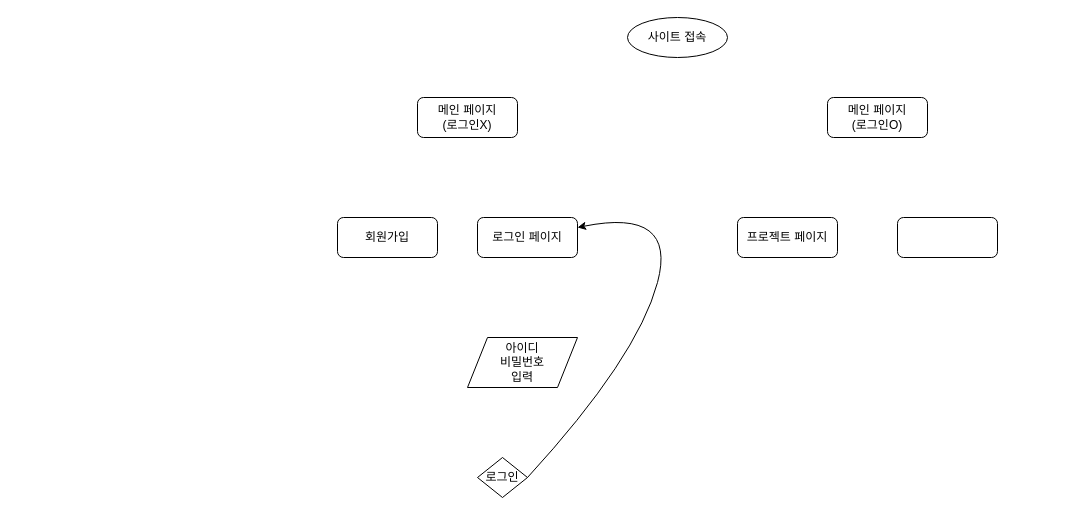
This is practice/practice01.drawio from junyup0503/diagram, a draw.io file, before an edit. Source tidied: cells renumbered, new cells numbered last; positions are measured from the earlier drawing's top-left corner, leaving out a move shared by most shapes. Both pictures are drawn from the tidied source at 100%, with x=0, y=0 at pixel (337, 17).
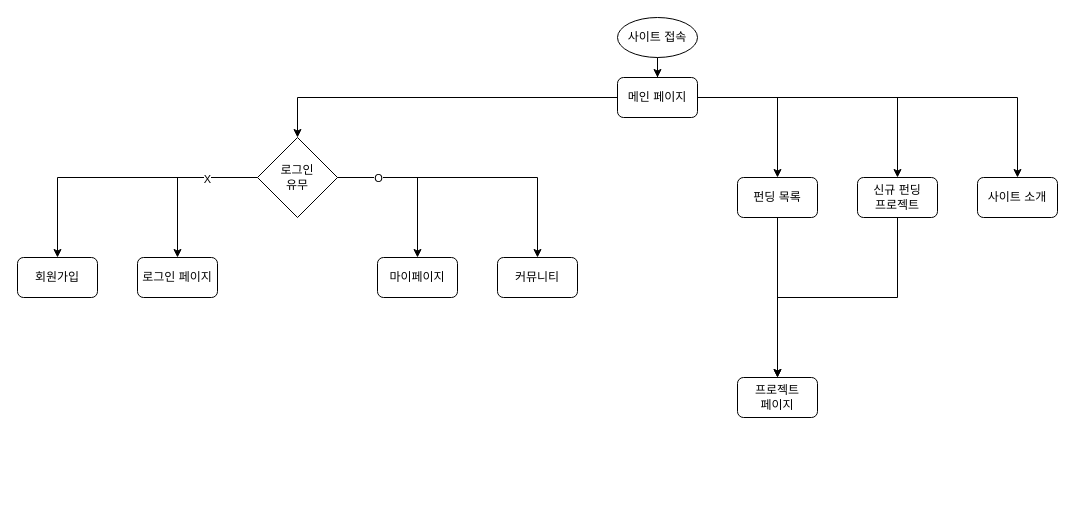
Above is the later version.

Diff of the diagram source:
```diff
@@
     <mxCell id="2" value="회원가입" style="rounded=1;whiteSpace=wrap;html=1;fontFamily=Helvetica;fontSize=12;" parent="1" vertex="1">
-      <mxGeometry y="200" width="100" height="40" as="geometry" />
+      <mxGeometry x="-320" y="240" width="80" height="40" as="geometry" />
     </mxCell>
     <mxCell id="3" value="로그인 페이지" style="rounded=1;whiteSpace=wrap;html=1;fontFamily=Helvetica;fontSize=12;" parent="1" vertex="1">
-      <mxGeometry x="140" y="200" width="100" height="40" as="geometry" />
+      <mxGeometry x="-200" y="240" width="80" height="40" as="geometry" />
     </mxCell>
+    <mxCell id="13" style="edgeStyle=orthogonalEdgeStyle;rounded=0;jettySize=auto;html=1;exitX=0;exitY=0.5;exitDx=0;exitDy=0;entryX=0.5;entryY=0;entryDx=0;entryDy=0;" parent="1" edge="1" source="4" target="29">
+      <mxGeometry relative="1" as="geometry" />
+    </mxCell>
+    <mxCell id="14" style="edgeStyle=orthogonalEdgeStyle;rounded=0;jettySize=auto;html=1;exitX=1;exitY=0.5;exitDx=0;exitDy=0;" parent="1" edge="1" source="4" target="19">
+      <mxGeometry relative="1" as="geometry" />
+    </mxCell>
+    <mxCell id="15" style="edgeStyle=orthogonalEdgeStyle;rounded=0;jettySize=auto;html=1;exitX=1;exitY=0.5;exitDx=0;exitDy=0;" parent="1" edge="1" source="4" target="22">
+      <mxGeometry relative="1" as="geometry" />
+    </mxCell>
+    <mxCell id="16" style="edgeStyle=orthogonalEdgeStyle;rounded=0;jettySize=auto;html=1;exitX=1;exitY=0.5;exitDx=0;exitDy=0;" parent="1" edge="1" source="4" target="18">
+      <mxGeometry relative="1" as="geometry" />
+    </mxCell>
-    <mxCell id="4" value="메인 페이지&lt;br&gt;(로그인X)" style="rounded=1;whiteSpace=wrap;html=1;fontFamily=Helvetica;fontSize=12;" parent="1" vertex="1">
-      <mxGeometry x="80" y="80" width="100" height="40" as="geometry" />
+    <mxCell id="4" value="메인 페이지" style="rounded=1;whiteSpace=wrap;html=1;fontFamily=Helvetica;fontSize=12;" parent="1" vertex="1">
+      <mxGeometry x="280" y="60" width="80" height="40" as="geometry" />
     </mxCell>
+    <mxCell id="17" style="edgeStyle=orthogonalEdgeStyle;rounded=0;jettySize=auto;html=1;exitX=0.5;exitY=1;exitDx=0;exitDy=0;" parent="1" edge="1" source="5" target="4">
+      <mxGeometry relative="1" as="geometry" />
+    </mxCell>
     <mxCell id="5" value="사이트 접속" style="ellipse;whiteSpace=wrap;html=1;fontFamily=Helvetica;fontSize=12;" parent="1" vertex="1">
-      <mxGeometry x="290" width="100" height="40" as="geometry" />
+      <mxGeometry x="280" width="80" height="40" as="geometry" />
     </mxCell>
-    <mxCell id="6" value="아이디&lt;br&gt;비밀번호&lt;br&gt;입력" style="shape=parallelogram;perimeter=parallelogramPerimeter;whiteSpace=wrap;html=1;fixedSize=1;fontFamily=Helvetica;fontSize=12;" parent="1" vertex="1">
-      <mxGeometry x="130" y="320" width="110" height="50" as="geometry" />
-    </mxCell>
-    <mxCell id="7" value="로그인" style="rhombus;whiteSpace=wrap;html=1;fontFamily=Helvetica;fontSize=12;" parent="1" vertex="1">
-      <mxGeometry x="140" y="440" width="50" height="40" as="geometry" />
-    </mxCell>
-    <mxCell id="8" value="프로젝트 페이지" style="rounded=1;whiteSpace=wrap;html=1;fontFamily=Helvetica;fontSize=12;" parent="1" vertex="1">
-      <mxGeometry x="400" y="200" width="100" height="40" as="geometry" />
+    <mxCell id="8" value="프로젝트&lt;br&gt;페이지" style="rounded=1;whiteSpace=wrap;html=1;fontFamily=Helvetica;fontSize=12;" parent="1" vertex="1">
+      <mxGeometry x="400" y="360" width="80" height="40" as="geometry" />
     </mxCell>
-    <mxCell id="9" style="rounded=1;whiteSpace=wrap;html=1;fontFamily=Helvetica;fontSize=12;" parent="1" vertex="1">
-      <mxGeometry x="560" y="200" width="100" height="40" as="geometry" />
+    <mxCell id="9" value="커뮤니티" style="rounded=1;whiteSpace=wrap;html=1;fontFamily=Helvetica;fontSize=12;" parent="1" vertex="1">
+      <mxGeometry x="160" y="240" width="80" height="40" as="geometry" />
     </mxCell>
@@
-    <mxCell id="11" style="curved=1;endArrow=classic;html=1;rounded=0;exitX=1;exitY=0.5;exitDx=0;exitDy=0;" parent="1" edge="1" source="7" target="3">
-      <mxGeometry relative="1" as="geometry">
-        <Array as="points">
-          <mxPoint x="300" y="340" />
-          <mxPoint x="340" y="190" />
-        </Array>
-      </mxGeometry>
-    </mxCell>
-    <mxCell id="12" value="메인 페이지&lt;br&gt;(로그인O)" style="rounded=1;whiteSpace=wrap;html=1;" parent="1" vertex="1">
-      <mxGeometry x="490" y="80" width="100" height="40" as="geometry" />
-    </mxCell>
+    <mxCell id="18" value="사이트 소개" style="rounded=1;whiteSpace=wrap;html=1;" parent="1" vertex="1">
+      <mxGeometry x="640" y="160" width="80" height="40" as="geometry" />
+    </mxCell>
+    <mxCell id="19" value="펀딩 목록" style="rounded=1;whiteSpace=wrap;html=1;" parent="1" vertex="1">
+      <mxGeometry x="400" y="160" width="80" height="40" as="geometry" />
+    </mxCell>
+    <mxCell id="20" value="마이페이지" style="rounded=1;whiteSpace=wrap;html=1;" parent="1" vertex="1">
+      <mxGeometry x="40" y="240" width="80" height="40" as="geometry" />
+    </mxCell>
+    <mxCell id="21" style="edgeStyle=orthogonalEdgeStyle;rounded=0;jettySize=auto;html=1;exitX=0.5;exitY=1;exitDx=0;exitDy=0;" parent="1" edge="1" source="22" target="8">
+      <mxGeometry relative="1" as="geometry" />
+    </mxCell>
+    <mxCell id="22" value="신규 펀딩&lt;br&gt;프로젝트" style="rounded=1;whiteSpace=wrap;html=1;" parent="1" vertex="1">
+      <mxGeometry x="520" y="160" width="80" height="40" as="geometry" />
+    </mxCell>
+    <mxCell id="23" style="edgeStyle=orthogonalEdgeStyle;rounded=0;jettySize=auto;html=1;exitX=1;exitY=0.5;exitDx=0;exitDy=0;" parent="1" edge="1" source="29" target="20">
+      <mxGeometry relative="1" as="geometry" />
+    </mxCell>
+    <mxCell id="24" style="edgeStyle=orthogonalEdgeStyle;rounded=0;jettySize=auto;html=1;exitX=1;exitY=0.5;exitDx=0;exitDy=0;" parent="1" edge="1" source="29" target="9">
+      <mxGeometry relative="1" as="geometry" />
+    </mxCell>
+    <mxCell id="25" value="O" style="edgeLabel;html=1;align=center;verticalAlign=middle;" parent="24" vertex="1">
+      <mxGeometry x="-0.72" y="4" relative="1" as="geometry">
+        <mxPoint x="1" y="4" as="offset" />
+      </mxGeometry>
+    </mxCell>
+    <mxCell id="26" style="edgeStyle=orthogonalEdgeStyle;rounded=0;jettySize=auto;html=1;exitX=0;exitY=0.5;exitDx=0;exitDy=0;" parent="1" edge="1" source="29" target="2">
+      <mxGeometry relative="1" as="geometry" />
+    </mxCell>
+    <mxCell id="27" style="edgeStyle=orthogonalEdgeStyle;rounded=0;jettySize=auto;html=1;exitX=0;exitY=0.5;exitDx=0;exitDy=0;" parent="1" edge="1" source="29" target="3">
+      <mxGeometry relative="1" as="geometry" />
+    </mxCell>
+    <mxCell id="28" value="X" style="edgeLabel;html=1;align=center;verticalAlign=middle;" parent="27" vertex="1">
+      <mxGeometry x="-0.36" y="1" relative="1" as="geometry" />
+    </mxCell>
+    <mxCell id="29" value="로그인&lt;br&gt;유무" style="rhombus;whiteSpace=wrap;html=1;" parent="1" vertex="1">
+      <mxGeometry x="-80" y="120" width="80" height="80" as="geometry" />
+    </mxCell>
+    <mxCell id="30" style="endArrow=classic;html=1;rounded=0;" parent="1" edge="1" source="19" target="8">
+      <mxGeometry relative="1" as="geometry" />
+    </mxCell>
```
